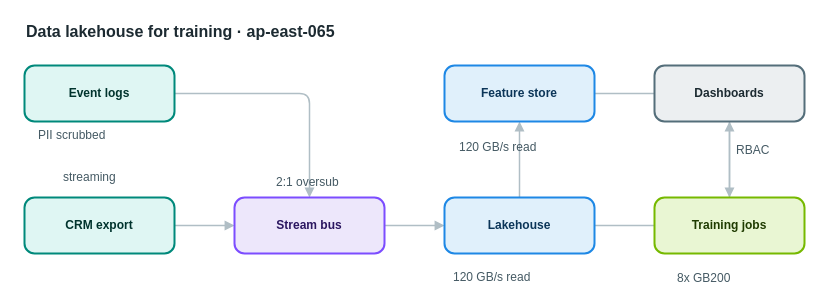
The draw.io diagram apps/web/public/samples/library/065-data-lakehouse-for-training.drawio in AryanG01/open-apprentice, before the edit. Source tidied: cells renumbered, new cells numbered last; positions are measured from the earlier drawing's top-left corner, leaving out a move shared by most shapes. Both pictures are drawn from the tidied source at 100%, with x=0, y=0 at pixel (24, 17).
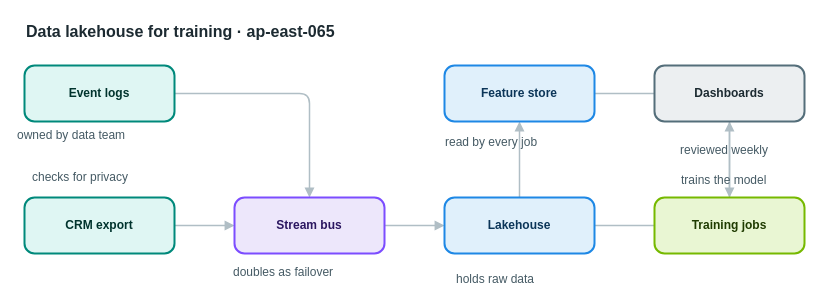
The same diagram, later.

Diff of the diagram source:
```diff
@@
-    <mxCell id="16" value="PII scrubbed" style="text;html=1;align=left;verticalAlign=top;whiteSpace=nowrap;spacing=0;spacingTop=0;strokeColor=none;fillColor=none;fontSize=12;fontColor=#455a64;" parent="1" vertex="1">
-      <mxGeometry x="14" y="106" width="96" height="20" as="geometry" />
+    <mxCell id="16" value="owned by data team" style="text;html=1;align=left;verticalAlign=top;whiteSpace=nowrap;spacing=0;spacingTop=0;strokeColor=none;fillColor=none;fontSize=12;fontColor=#455a64;" parent="1" vertex="1">
+      <mxGeometry x="-7" y="106" width="138" height="20" as="geometry" />
     </mxCell>
-    <mxCell id="17" value="streaming" style="text;html=1;align=left;verticalAlign=top;whiteSpace=nowrap;spacing=0;spacingTop=0;strokeColor=none;fillColor=none;fontSize=12;fontColor=#455a64;" parent="1" vertex="1">
-      <mxGeometry x="39" y="148" width="75" height="20" as="geometry" />
+    <mxCell id="17" value="checks for privacy" style="text;html=1;align=left;verticalAlign=top;whiteSpace=nowrap;spacing=0;spacingTop=0;strokeColor=none;fillColor=none;fontSize=12;fontColor=#455a64;" parent="1" vertex="1">
+      <mxGeometry x="8" y="148" width="138" height="20" as="geometry" />
     </mxCell>
-    <mxCell id="18" value="2:1 oversub" style="text;html=1;align=left;verticalAlign=top;whiteSpace=nowrap;spacing=0;spacingTop=0;strokeColor=none;fillColor=none;fontSize=12;fontColor=#455a64;" parent="1" vertex="1">
-      <mxGeometry x="252" y="153" width="89" height="20" as="geometry" />
+    <mxCell id="18" value="doubles as failover" style="text;html=1;align=left;verticalAlign=top;whiteSpace=nowrap;spacing=0;spacingTop=0;strokeColor=none;fillColor=none;fontSize=12;fontColor=#455a64;" parent="1" vertex="1">
+      <mxGeometry x="209" y="243" width="145" height="20" as="geometry" />
     </mxCell>
-    <mxCell id="19" value="120 GB/s read" style="text;html=1;align=left;verticalAlign=top;whiteSpace=nowrap;spacing=0;spacingTop=0;strokeColor=none;fillColor=none;fontSize=12;fontColor=#455a64;" parent="1" vertex="1">
-      <mxGeometry x="429" y="248" width="103" height="20" as="geometry" />
+    <mxCell id="19" value="holds raw data" style="text;html=1;align=left;verticalAlign=top;whiteSpace=nowrap;spacing=0;spacingTop=0;strokeColor=none;fillColor=none;fontSize=12;fontColor=#455a64;" parent="1" vertex="1">
+      <mxGeometry x="432" y="250" width="110" height="20" as="geometry" />
     </mxCell>
-    <mxCell id="20" value="120 GB/s read" style="text;html=1;align=left;verticalAlign=top;whiteSpace=nowrap;spacing=0;spacingTop=0;strokeColor=none;fillColor=none;fontSize=12;fontColor=#455a64;" parent="1" vertex="1">
-      <mxGeometry x="435" y="118" width="103" height="20" as="geometry" />
+    <mxCell id="20" value="read by every job" style="text;html=1;align=left;verticalAlign=top;whiteSpace=nowrap;spacing=0;spacingTop=0;strokeColor=none;fillColor=none;fontSize=12;fontColor=#455a64;" parent="1" vertex="1">
+      <mxGeometry x="421" y="113" width="131" height="20" as="geometry" />
     </mxCell>
-    <mxCell id="21" value="8x GB200" style="text;html=1;align=left;verticalAlign=top;whiteSpace=nowrap;spacing=0;spacingTop=0;strokeColor=none;fillColor=none;fontSize=12;fontColor=#455a64;" parent="1" vertex="1">
-      <mxGeometry x="653" y="249" width="68" height="20" as="geometry" />
+    <mxCell id="21" value="trains the model" style="text;html=1;align=left;verticalAlign=top;whiteSpace=nowrap;spacing=0;spacingTop=0;strokeColor=none;fillColor=none;fontSize=12;fontColor=#455a64;" parent="1" vertex="1">
+      <mxGeometry x="657" y="151" width="124" height="20" as="geometry" />
     </mxCell>
-    <mxCell id="22" value="RBAC" style="text;html=1;align=left;verticalAlign=top;whiteSpace=nowrap;spacing=0;spacingTop=0;strokeColor=none;fillColor=none;fontSize=12;fontColor=#455a64;" parent="1" vertex="1">
-      <mxGeometry x="712" y="121" width="40" height="20" as="geometry" />
+    <mxCell id="22" value="reviewed weekly" style="text;html=1;align=left;verticalAlign=top;whiteSpace=nowrap;spacing=0;spacingTop=0;strokeColor=none;fillColor=none;fontSize=12;fontColor=#455a64;" parent="1" vertex="1">
+      <mxGeometry x="656" y="121" width="117" height="20" as="geometry" />
     </mxCell>
```
